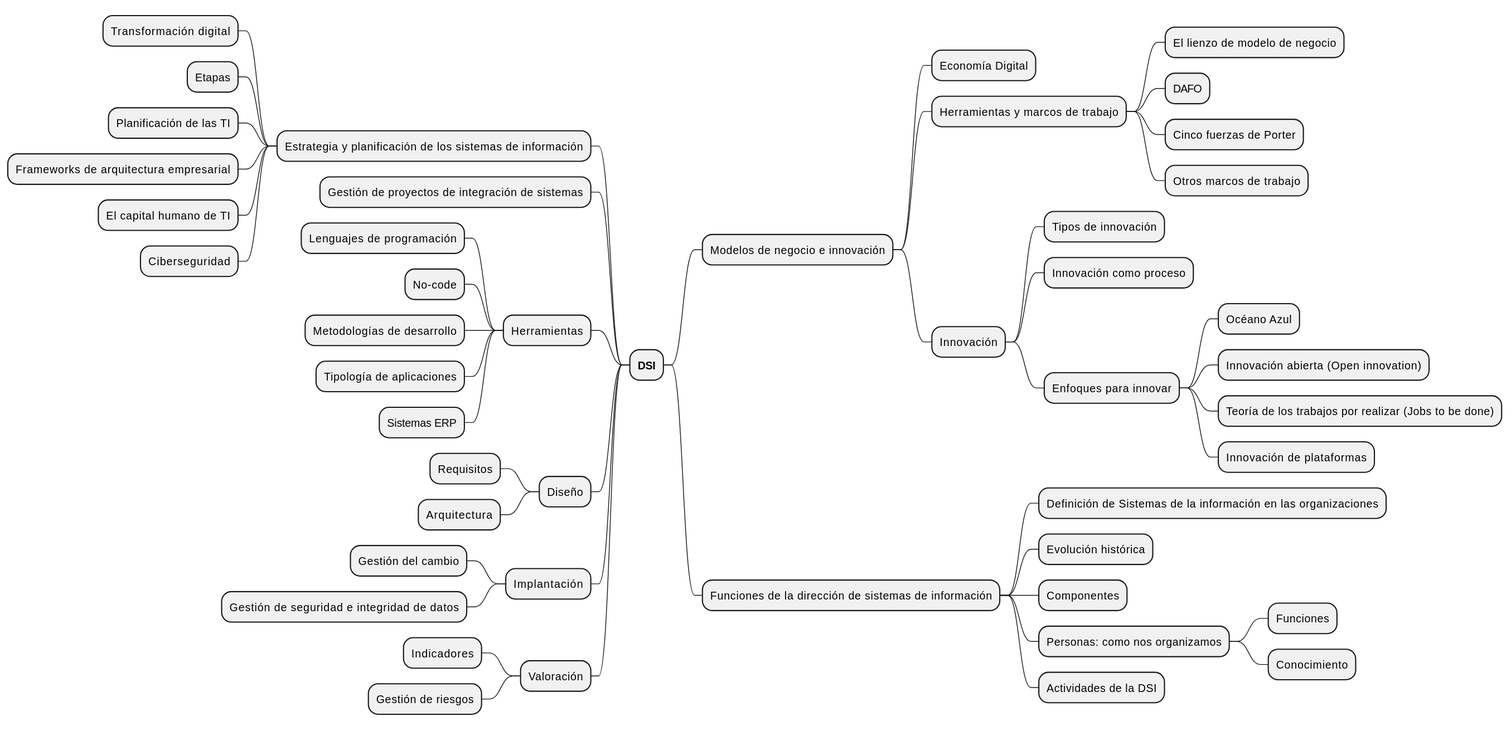
mmasias/mmasias keeps this PlantUML diagram as images/modelosUML/modelosUML/unEsquema.svg. Above is the earlier version.
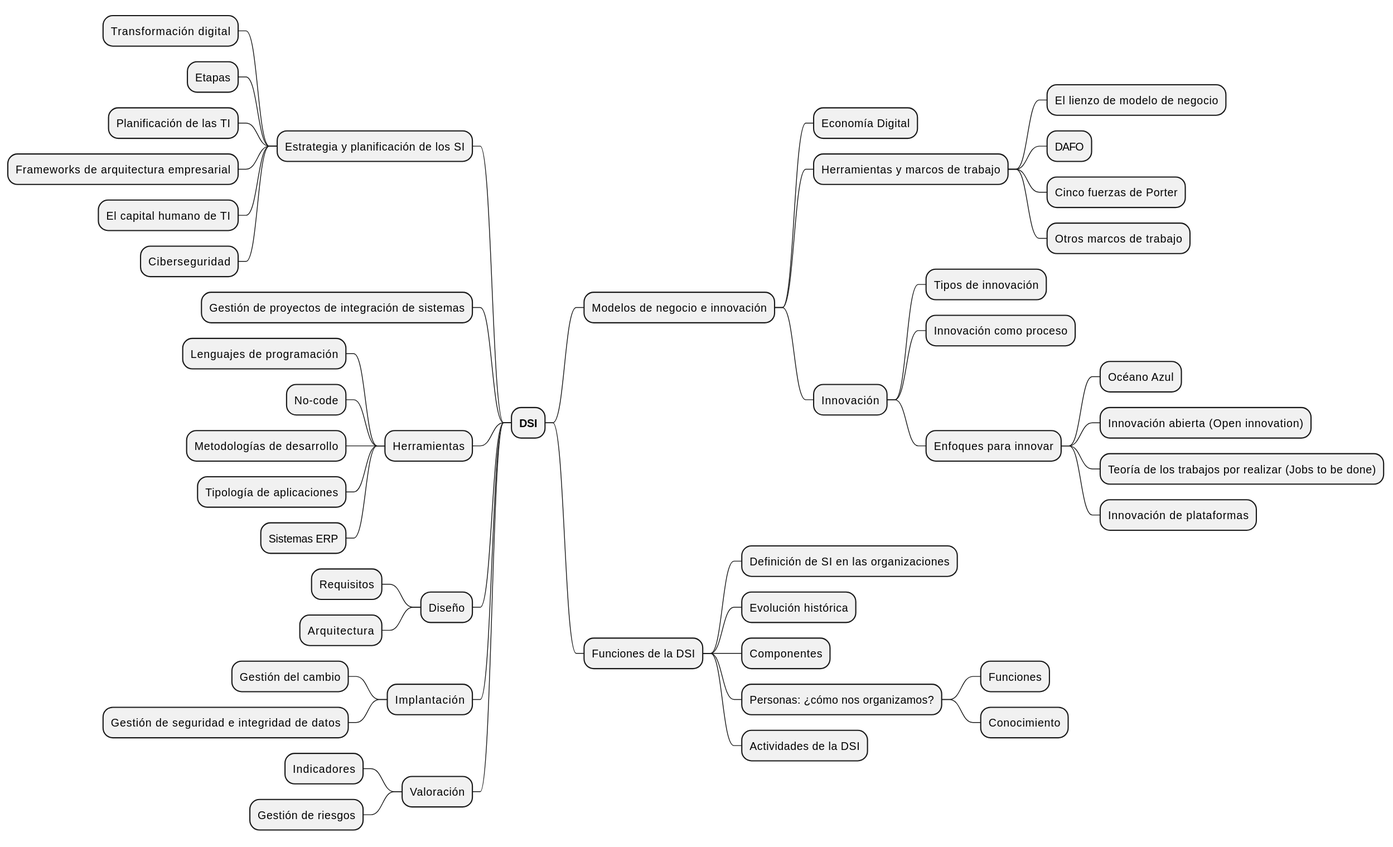
The same diagram one commit later.

The edit, as a diff of the source:
```diff
@@ -16,15 +16,15 @@
 +++++ Innovación abierta (Open innovation)
 +++++ Teoría de los trabajos por realizar (Jobs to be done)
 +++++ Innovación de plataformas
-++ Funciones de la dirección de sistemas de información
-+++ Definición de Sistemas de la información en las organizaciones
+++ Funciones de la DSI
++++ Definición de SI en las organizaciones
 +++ Evolución histórica
 +++ Componentes
-+++ Personas: como nos organizamos
++++ Personas: ¿cómo nos organizamos?
 ++++ Funciones
 ++++ Conocimiento
 +++ Actividades de la DSI
-+- Estrategia y planificación de los sistemas de información
++- Estrategia y planificación de los SI
 +-- Transformación digital
 +-- Etapas
 +-- Planificación de las TI
```
